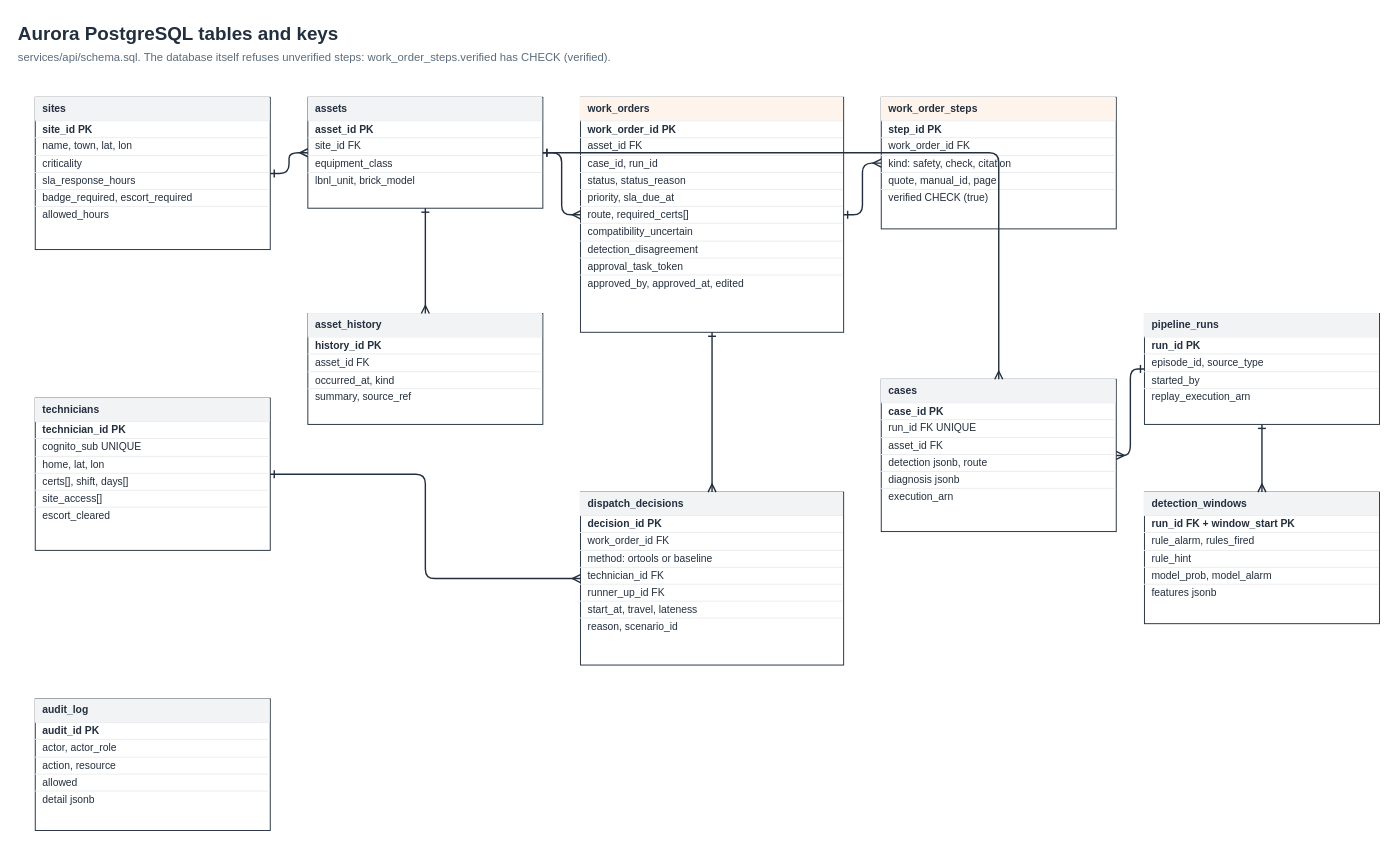
The draw.io diagram diagrams/data-model.drawio in abh2050/hvac-ai-service-desk, before the edit. Source tidied: cells renumbered, new cells numbered last; positions are measured from the earlier drawing's top-left corner, leaving out a move shared by most shapes. Both pictures are drawn from the tidied source at 94%, with x=0, y=0 at pixel (16, 16).
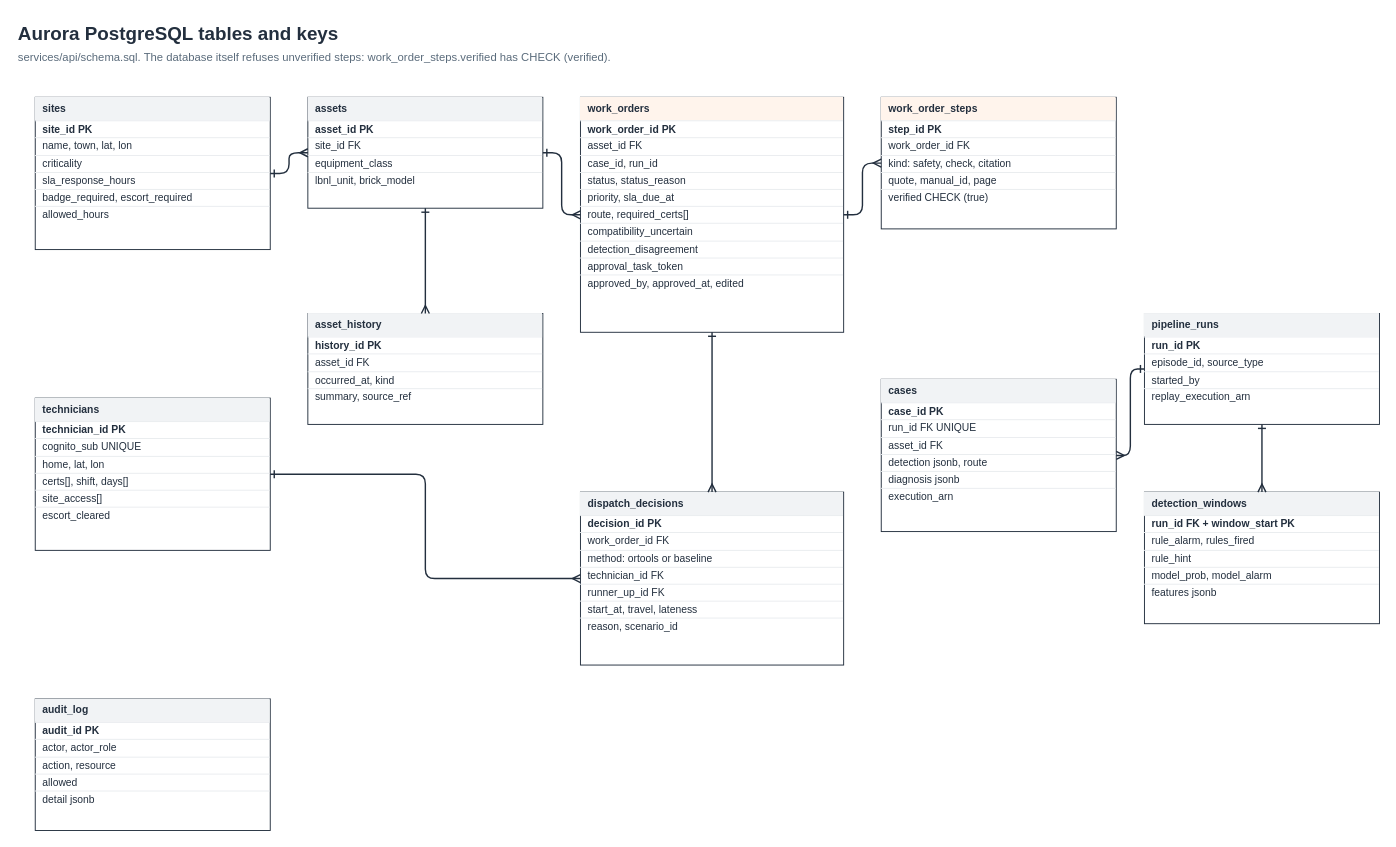
The same page after the edit.

Unchanged cells that the change refers to:
```xml
<mxCell id="5" value="&lt;div style='background:#F1F3F5;padding:6px 8px;font-weight:bold;text-align:left'&gt;assets&lt;/div&gt;&lt;div style='padding:2px 8px;border-top:1px solid #E9ECEF;text-align:left'&gt;&lt;b&gt;asset_id PK&lt;/b&gt;&lt;/div&gt;&lt;div style='padding:2px 8px;border-top:1px solid #E9ECEF;text-align:left'&gt;site_id FK&lt;/div&gt;&lt;div style='padding:2px 8px;border-top:1px solid #E9ECEF;text-align:left'&gt;equipment_class&lt;/div&gt;&lt;div style='padding:2px 8px;border-top:1px solid #E9ECEF;text-align:left'&gt;lbnl_unit, brick_model&lt;/div&gt;" style="rounded=0;whiteSpace=wrap;html=1;fillColor=#FFFFFF;strokeColor=#232F3E;fontColor=#232F3E;fontSize=11;verticalAlign=top;align=left;spacing=0;overflow=fill;" parent="1" vertex="1">
  <mxGeometry x="310" y="86" width="250" height="118" as="geometry" />
</mxCell>
<mxCell id="14" value="&lt;div style='background:#F1F3F5;padding:6px 8px;font-weight:bold;text-align:left'&gt;cases&lt;/div&gt;&lt;div style='padding:2px 8px;border-top:1px solid #E9ECEF;text-align:left'&gt;&lt;b&gt;case_id PK&lt;/b&gt;&lt;/div&gt;&lt;div style='padding:2px 8px;border-top:1px solid #E9ECEF;text-align:left'&gt;run_id FK UNIQUE&lt;/div&gt;&lt;div style='padding:2px 8px;border-top:1px solid #E9ECEF;text-align:left'&gt;asset_id FK&lt;/div&gt;&lt;div style='padding:2px 8px;border-top:1px solid #E9ECEF;text-align:left'&gt;detection jsonb, route&lt;/div&gt;&lt;div style='padding:2px 8px;border-top:1px solid #E9ECEF;text-align:left'&gt;diagnosis jsonb&lt;/div&gt;&lt;div style='padding:2px 8px;border-top:1px solid #E9ECEF;text-align:left'&gt;execution_arn&lt;/div&gt;" style="rounded=0;whiteSpace=wrap;html=1;fillColor=#FFFFFF;strokeColor=#232F3E;fontColor=#232F3E;fontSize=11;verticalAlign=top;align=left;spacing=0;overflow=fill;" parent="1" vertex="1">
  <mxGeometry x="920" y="386" width="250" height="162" as="geometry" />
</mxCell>
```

Change to the diagram source:
```diff
@@
-    <mxCell id="23" style="edgeStyle=orthogonalEdgeStyle;rounded=1;html=1;strokeColor=#232F3E;strokeWidth=1.5;endArrow=block;endFill=1;fontSize=11;fontColor=#232F3E;labelBackgroundColor=#FFFFFF;endArrow=ERmany;startArrow=ERone;endFill=0;startFill=0;" parent="1" edge="1" source="5" target="14">
-      <mxGeometry relative="1" as="geometry" />
-    </mxCell>
```
